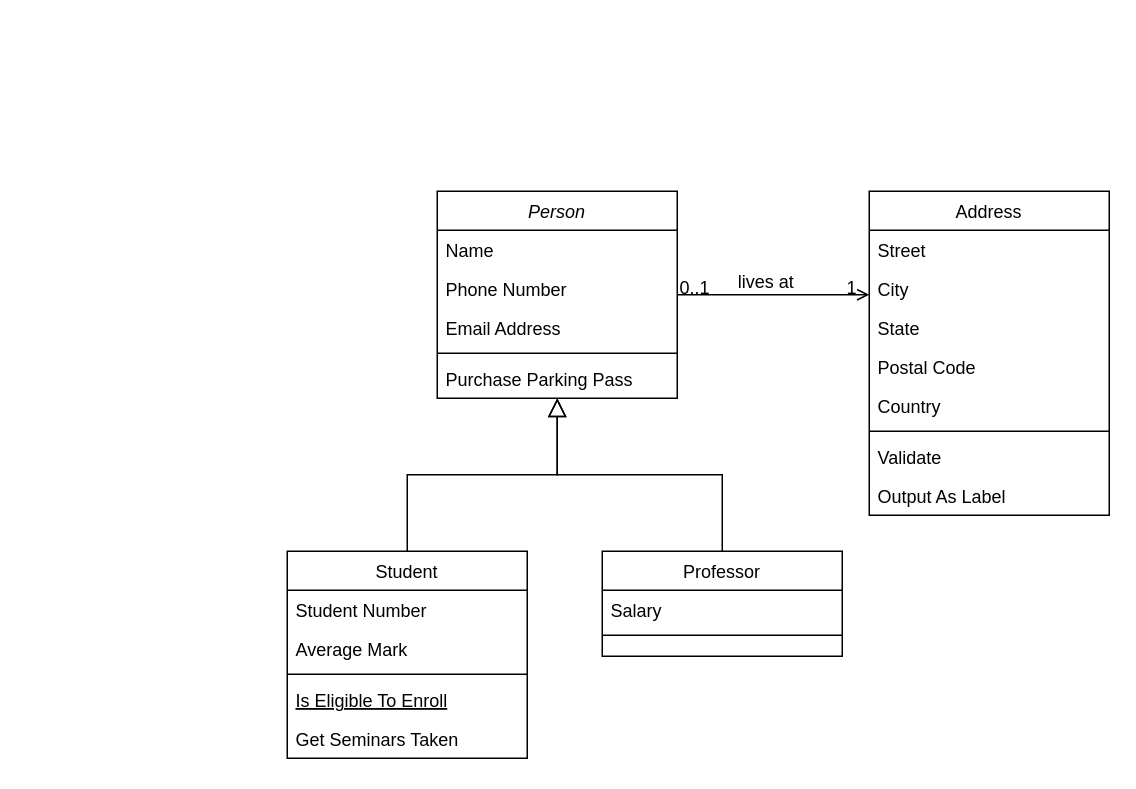
Above: Untitled Diagram.drawio in BilelDespecio/ToDoAppGoal (draw.io), before the change. Source tidied: cells renumbered, new cells numbered last; positions are measured from the earlier drawing's top-left corner, leaving out a move shared by most shapes. Both pictures are drawn from the tidied source at 150%, with x=0, y=0 at pixel (286, 190).
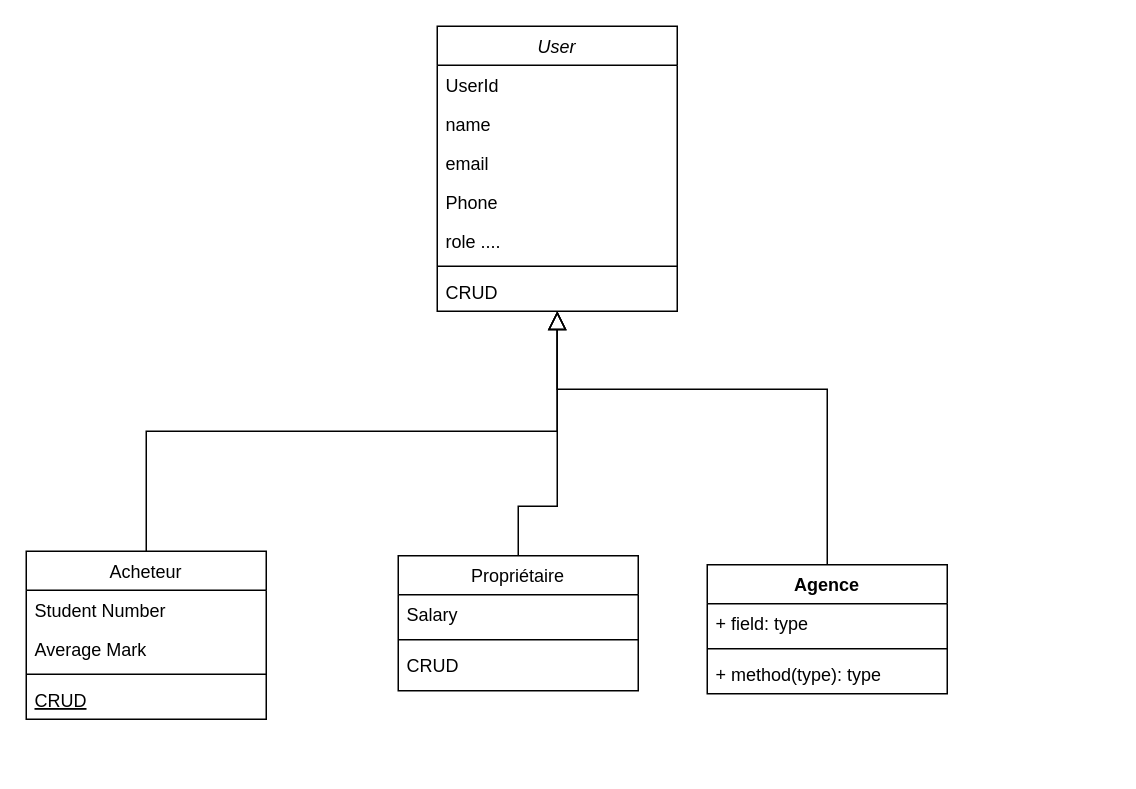
The same page after the edit.

The edit, as a diff of the source:
```diff
@@
-    <mxCell id="2" value="Person" style="swimlane;fontStyle=2;align=center;verticalAlign=top;horizontal=1;startSize=26;rounded=0;shadow=0;strokeWidth=1;" parent="1" vertex="1">
-      <mxGeometry x="100" width="160" height="138" as="geometry" />
+    <mxCell id="2" value="User" style="swimlane;fontStyle=2;align=center;verticalAlign=top;horizontal=1;startSize=26;rounded=0;shadow=0;strokeWidth=1;" parent="1" vertex="1">
+      <mxGeometry x="100" y="-110" width="160" height="190" as="geometry" />
     </mxCell>
-    <mxCell id="3" value="Name" style="text;align=left;verticalAlign=top;spacingLeft=4;spacingRight=4;overflow=hidden;" parent="2" vertex="1">
+    <mxCell id="3" value="UserId" style="text;align=left;verticalAlign=top;spacingLeft=4;spacingRight=4;overflow=hidden;fontColor=light-dark(#000000,#FFFFFF);labelBackgroundColor=none;labelBorderColor=none;" parent="2" vertex="1">
       <mxGeometry y="26" width="160" height="26" as="geometry" />
     </mxCell>
-    <mxCell id="4" value="Phone Number" style="text;align=left;verticalAlign=top;spacingLeft=4;spacingRight=4;overflow=hidden;rounded=0;shadow=0;html=0;" parent="2" vertex="1">
+    <mxCell id="4" value="name" style="text;align=left;verticalAlign=top;spacingLeft=4;spacingRight=4;overflow=hidden;rounded=0;shadow=0;html=0;" parent="2" vertex="1">
       <mxGeometry y="52" width="160" height="26" as="geometry" />
     </mxCell>
-    <mxCell id="5" value="Email Address" style="text;align=left;verticalAlign=top;spacingLeft=4;spacingRight=4;overflow=hidden;rounded=0;shadow=0;html=0;" parent="2" vertex="1">
+    <mxCell id="5" value="email" style="text;align=left;verticalAlign=top;spacingLeft=4;spacingRight=4;overflow=hidden;rounded=0;shadow=0;html=0;" parent="2" vertex="1">
       <mxGeometry y="78" width="160" height="26" as="geometry" />
     </mxCell>
+    <mxCell id="7" value="Phone" style="text;align=left;verticalAlign=top;spacingLeft=4;spacingRight=4;overflow=hidden;" parent="2" vertex="1">
+      <mxGeometry y="104" width="160" height="26" as="geometry" />
+    </mxCell>
+    <mxCell id="32" value="role ...." style="text;align=left;verticalAlign=top;spacingLeft=4;spacingRight=4;overflow=hidden;rounded=0;shadow=0;html=0;" parent="2" vertex="1">
+      <mxGeometry y="130" width="160" height="26" as="geometry" />
+    </mxCell>
     <mxCell id="6" style="line;html=1;strokeWidth=1;align=left;verticalAlign=middle;spacingTop=-1;spacingLeft=3;spacingRight=3;labelPosition=right;" parent="2" vertex="1">
-      <mxGeometry y="104" width="160" height="8" as="geometry" />
+      <mxGeometry y="156" width="160" height="8" as="geometry" />
     </mxCell>
-    <mxCell id="7" value="Purchase Parking Pass" style="text;align=left;verticalAlign=top;spacingLeft=4;spacingRight=4;overflow=hidden;" parent="2" vertex="1">
-      <mxGeometry y="112" width="160" height="26" as="geometry" />
-    </mxCell>
+    <mxCell id="33" value="CRUD" style="text;align=left;verticalAlign=top;spacingLeft=4;spacingRight=4;overflow=hidden;rounded=0;shadow=0;html=0;" parent="2" vertex="1">
+      <mxGeometry y="164" width="160" height="26" as="geometry" />
+    </mxCell>
-    <mxCell id="8" value="Student" style="swimlane;fontStyle=0;align=center;verticalAlign=top;horizontal=1;startSize=26;rounded=0;shadow=0;strokeWidth=1;" parent="1" vertex="1">
-      <mxGeometry y="240" width="160" height="138" as="geometry" />
+    <mxCell id="8" value="Acheteur" style="swimlane;fontStyle=0;align=center;verticalAlign=top;horizontal=1;startSize=26;rounded=0;shadow=0;strokeWidth=1;fontColor=default;" parent="1" vertex="1">
+      <mxGeometry x="-174" y="240" width="160" height="112" as="geometry" />
     </mxCell>
@@
-    <mxCell id="12" value="Is Eligible To Enroll" style="text;align=left;verticalAlign=top;spacingLeft=4;spacingRight=4;overflow=hidden;fontStyle=4;" parent="8" vertex="1">
+    <mxCell id="12" value="CRUD" style="text;align=left;verticalAlign=top;spacingLeft=4;spacingRight=4;overflow=hidden;fontStyle=4;" parent="8" vertex="1">
       <mxGeometry y="86" width="160" height="26" as="geometry" />
     </mxCell>
-    <mxCell id="13" value="Get Seminars Taken" style="text;align=left;verticalAlign=top;spacingLeft=4;spacingRight=4;overflow=hidden;" parent="8" vertex="1">
-      <mxGeometry y="112" width="160" height="26" as="geometry" />
-    </mxCell>
@@
-    <mxCell id="15" value="Professor" style="swimlane;fontStyle=0;align=center;verticalAlign=top;horizontal=1;startSize=26;rounded=0;shadow=0;strokeWidth=1;" parent="1" vertex="1">
-      <mxGeometry x="210" y="240" width="160" height="70" as="geometry" />
+    <mxCell id="15" value="Propriétaire" style="swimlane;fontStyle=0;align=center;verticalAlign=top;horizontal=1;startSize=26;rounded=0;shadow=0;strokeWidth=1;fontColor=default;" parent="1" vertex="1">
+      <mxGeometry x="74" y="243" width="160" height="90" as="geometry" />
     </mxCell>
@@
+    <mxCell id="34" value="CRUD" style="text;align=left;verticalAlign=top;spacingLeft=4;spacingRight=4;overflow=hidden;" parent="15" vertex="1">
+      <mxGeometry y="60" width="160" height="26" as="geometry" />
+    </mxCell>
-    <mxCell id="18" style="endArrow=block;endSize=10;endFill=0;shadow=0;strokeWidth=1;rounded=0;curved=0;edgeStyle=elbowEdgeStyle;elbow=vertical;" parent="1" edge="1" source="15" target="2">
-      <mxGeometry relative="1" as="geometry" />
+    <mxCell id="18" style="endArrow=block;endSize=10;endFill=0;shadow=0;strokeWidth=1;rounded=0;curved=0;edgeStyle=elbowEdgeStyle;elbow=vertical;exitX=0.5;exitY=0;exitDx=0;exitDy=0;" parent="1" edge="1" source="15">
+      <mxGeometry relative="1" as="geometry">
+        <mxPoint x="180" y="80" as="targetPoint" />
+        <Array as="points">
+          <mxPoint x="140" y="210" />
+        </Array>
+      </mxGeometry>
     </mxCell>
-    <mxCell id="19" value="Address" style="swimlane;fontStyle=0;align=center;verticalAlign=top;horizontal=1;startSize=26;rounded=0;shadow=0;strokeWidth=1;" parent="1" vertex="1">
-      <mxGeometry x="388" width="160" height="216" as="geometry" />
-    </mxCell>
-    <mxCell id="20" value="Street" style="text;align=left;verticalAlign=top;spacingLeft=4;spacingRight=4;overflow=hidden;" parent="19" vertex="1">
-      <mxGeometry y="26" width="160" height="26" as="geometry" />
-    </mxCell>
-    <mxCell id="21" value="City" style="text;align=left;verticalAlign=top;spacingLeft=4;spacingRight=4;overflow=hidden;rounded=0;shadow=0;html=0;" parent="19" vertex="1">
-      <mxGeometry y="52" width="160" height="26" as="geometry" />
-    </mxCell>
-    <mxCell id="22" value="State" style="text;align=left;verticalAlign=top;spacingLeft=4;spacingRight=4;overflow=hidden;rounded=0;shadow=0;html=0;" parent="19" vertex="1">
-      <mxGeometry y="78" width="160" height="26" as="geometry" />
-    </mxCell>
-    <mxCell id="23" value="Postal Code" style="text;align=left;verticalAlign=top;spacingLeft=4;spacingRight=4;overflow=hidden;rounded=0;shadow=0;html=0;" parent="19" vertex="1">
-      <mxGeometry y="104" width="160" height="26" as="geometry" />
-    </mxCell>
-    <mxCell id="24" value="Country" style="text;align=left;verticalAlign=top;spacingLeft=4;spacingRight=4;overflow=hidden;rounded=0;shadow=0;html=0;" parent="19" vertex="1">
-      <mxGeometry y="130" width="160" height="26" as="geometry" />
-    </mxCell>
-    <mxCell id="25" style="line;html=1;strokeWidth=1;align=left;verticalAlign=middle;spacingTop=-1;spacingLeft=3;spacingRight=3;labelPosition=right;" parent="19" vertex="1">
-      <mxGeometry y="156" width="160" height="8" as="geometry" />
-    </mxCell>
-    <mxCell id="26" value="Validate" style="text;align=left;verticalAlign=top;spacingLeft=4;spacingRight=4;overflow=hidden;" parent="19" vertex="1">
-      <mxGeometry y="164" width="160" height="26" as="geometry" />
-    </mxCell>
-    <mxCell id="27" value="Output As Label" style="text;align=left;verticalAlign=top;spacingLeft=4;spacingRight=4;overflow=hidden;" parent="19" vertex="1">
-      <mxGeometry y="190" width="160" height="26" as="geometry" />
-    </mxCell>
-    <mxCell id="28" style="endArrow=open;shadow=0;strokeWidth=1;rounded=0;curved=0;endFill=1;edgeStyle=elbowEdgeStyle;elbow=vertical;" parent="1" edge="1" source="2" target="19">
-      <mxGeometry x="0.5" y="41" relative="1" as="geometry">
-        <mxPoint x="-40" y="32" as="offset" />
-      </mxGeometry>
-    </mxCell>
-    <mxCell id="29" value="0..1" style="align=left;verticalAlign=bottom;labelBackgroundColor=none;fontSize=12;" parent="28" vertex="1">
-      <mxGeometry x="-1" relative="1" as="geometry">
-        <mxPoint y="4" as="offset" />
-      </mxGeometry>
-    </mxCell>
-    <mxCell id="30" value="1" style="align=right;verticalAlign=bottom;labelBackgroundColor=none;fontSize=12;" parent="28" vertex="1">
-      <mxGeometry x="1" relative="1" as="geometry">
-        <mxPoint x="-7" y="4" as="offset" />
-      </mxGeometry>
-    </mxCell>
-    <mxCell id="31" value="lives at" style="text;html=1;align=center;verticalAlign=middle;labelBackgroundColor=none;rounded=0;shadow=0;strokeWidth=1;fontSize=12;" parent="28" vertex="1">
-      <mxGeometry x="0.5" y="49" relative="1" as="geometry">
-        <mxPoint x="-38" y="40" as="offset" />
-      </mxGeometry>
-    </mxCell>
+    <mxCell id="35" value="Agence&lt;div&gt;&lt;br&gt;&lt;/div&gt;" style="swimlane;fontStyle=1;align=center;verticalAlign=top;horizontal=1;startSize=26;whiteSpace=wrap;html=1;" parent="1" vertex="1">
+      <mxGeometry x="280" y="249" width="160" height="86" as="geometry" />
+    </mxCell>
+    <mxCell id="36" value="+ field: type" style="text;strokeColor=none;fillColor=none;align=left;verticalAlign=top;spacingLeft=4;spacingRight=4;overflow=hidden;whiteSpace=wrap;html=1;" parent="35" vertex="1">
+      <mxGeometry y="26" width="160" height="26" as="geometry" />
+    </mxCell>
+    <mxCell id="37" style="line;strokeWidth=1;fillColor=none;align=left;verticalAlign=middle;spacingTop=-1;spacingLeft=3;spacingRight=3;labelPosition=right;strokeColor=inherit;" parent="35" vertex="1">
+      <mxGeometry y="52" width="160" height="8" as="geometry" />
+    </mxCell>
+    <mxCell id="38" value="+ method(type): type" style="text;strokeColor=none;fillColor=none;align=left;verticalAlign=top;spacingLeft=4;spacingRight=4;overflow=hidden;whiteSpace=wrap;html=1;" parent="35" vertex="1">
+      <mxGeometry y="60" width="160" height="26" as="geometry" />
+    </mxCell>
+    <mxCell id="39" style="endArrow=block;endSize=10;endFill=0;shadow=0;strokeWidth=1;rounded=0;curved=0;edgeStyle=elbowEdgeStyle;elbow=vertical;exitX=0.5;exitY=0;exitDx=0;exitDy=0;" parent="1" edge="1" source="35">
+      <mxGeometry relative="1" as="geometry">
+        <mxPoint x="180" y="80" as="targetPoint" />
+        <Array as="points">
+          <mxPoint x="280" y="132" />
+        </Array>
+      </mxGeometry>
+    </mxCell>
```
